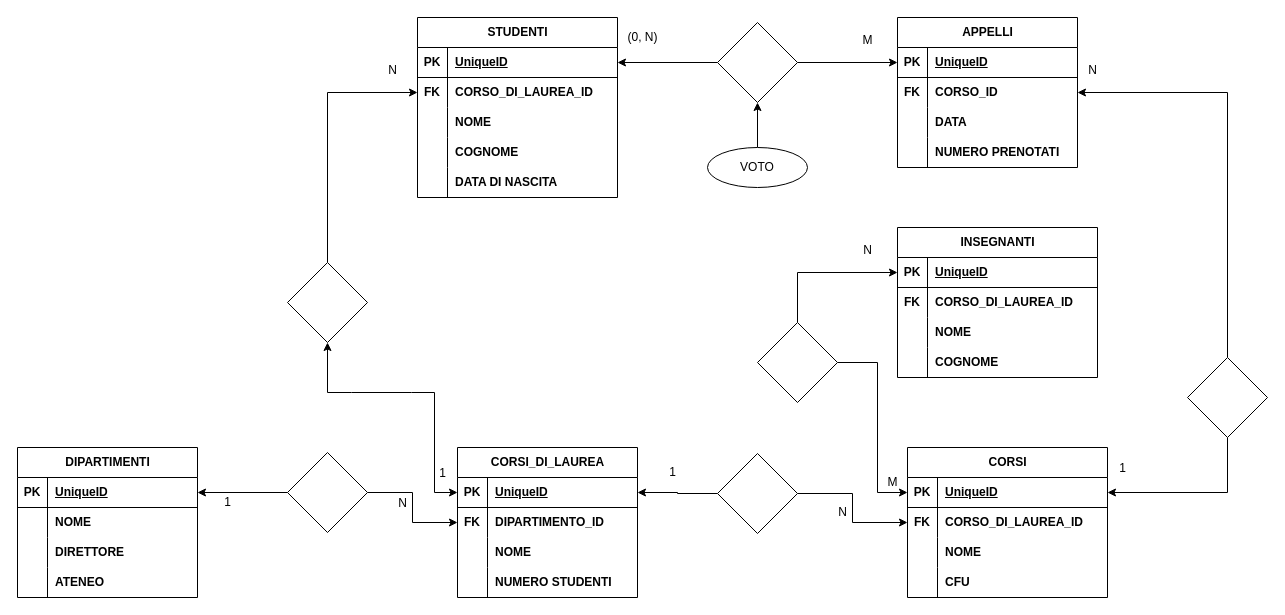
Before: db-university.drawio in giogiosgr/db-university, a draw.io diagram. Source tidied: cells renumbered, new cells numbered last; positions are measured from the earlier drawing's top-left corner, leaving out a move shared by most shapes. Both pictures are drawn from the tidied source at 100%, with x=0, y=0 at pixel (17, 17).
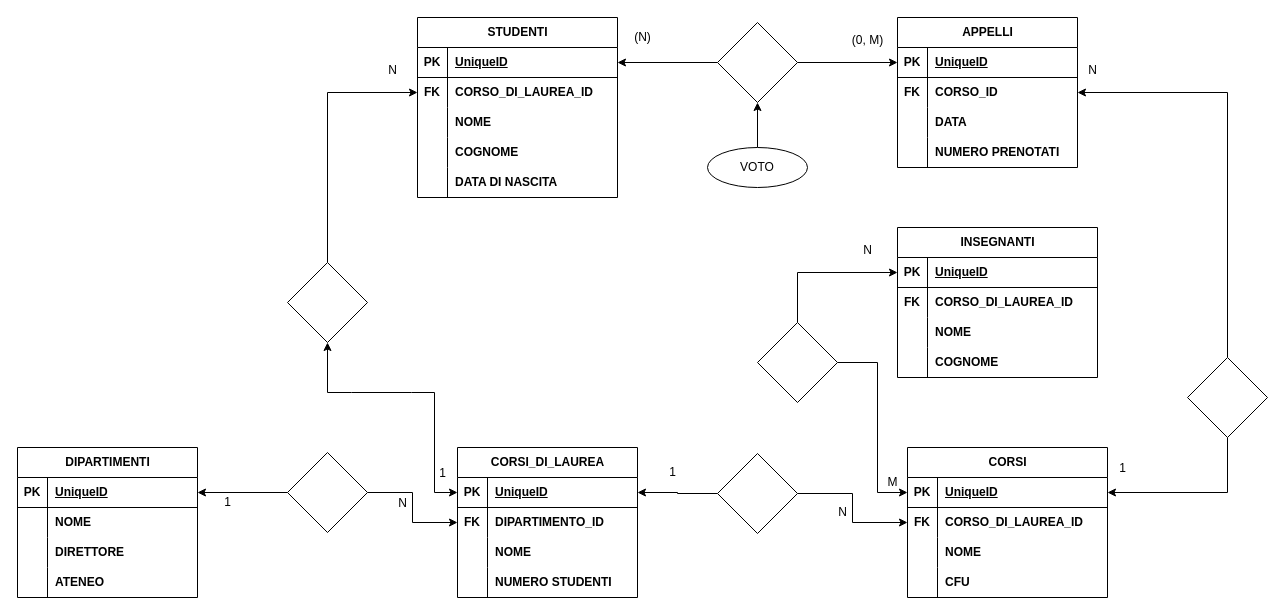
After the change.

What changed in the source:
```diff
@@
-    <mxCell id="113" value="(0, N)" style="text;html=1;align=center;verticalAlign=middle;strokeColor=none;fillColor=none;" parent="1" vertex="1">
-      <mxGeometry x="600" y="5" width="50" height="30" as="geometry" />
+    <mxCell id="113" value="(N)" style="text;html=1;align=center;verticalAlign=middle;strokeColor=none;fillColor=none;" parent="1" vertex="1">
+      <mxGeometry x="605" y="5" width="40" height="30" as="geometry" />
     </mxCell>
-    <mxCell id="114" value="M" style="text;html=1;align=center;verticalAlign=middle;strokeColor=none;fillColor=none;" parent="1" vertex="1">
-      <mxGeometry x="835" y="8" width="30" height="30" as="geometry" />
+    <mxCell id="114" value="(0, M)" style="text;html=1;align=center;verticalAlign=middle;strokeColor=none;fillColor=none;" parent="1" vertex="1">
+      <mxGeometry x="825" y="8" width="50" height="30" as="geometry" />
     </mxCell>
```
